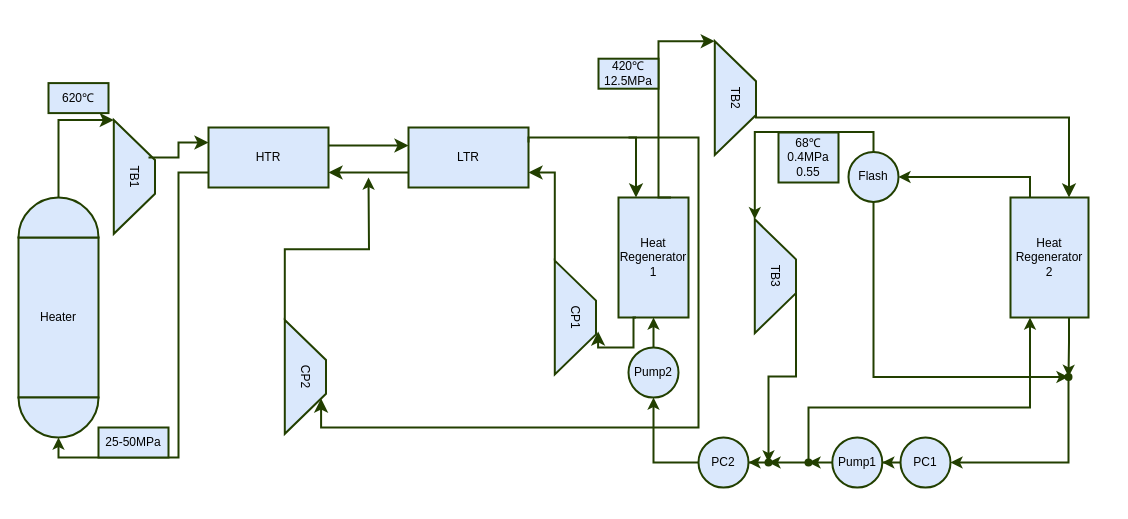
This is 热力线图.drawio from Arielwithoutoven/Odds, a draw.io file, before an edit. Source tidied: cells renumbered, new cells numbered last; positions are measured from the earlier drawing's top-left corner, leaving out a move shared by most shapes. Both pictures are drawn from the tidied source at 100%, with x=0, y=0 at pixel (18, 41).
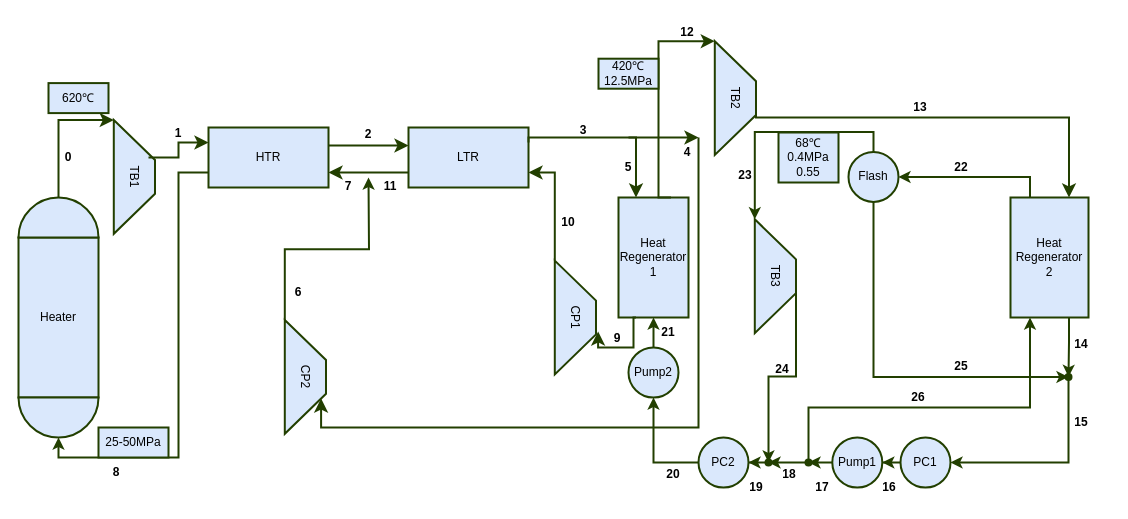
Above is the later version.

The change refers to these unchanged cells:
```xml
<mxCell id="2" value="CP2" style="shape=trapezoid;perimeter=trapezoidPerimeter;whiteSpace=wrap;html=1;fixedSize=1;rotation=90;size=40;fillColor=#dae8fc;strokeColor=#223F00;strokeWidth=2;" parent="1" vertex="1">
  <mxGeometry x="230" y="314.8" width="113.8" height="41.2" as="geometry" />
</mxCell>
```

What changed in the source:
```diff
@@
     <mxCell id="17" style="edgeStyle=segmentEdgeStyle;endArrow=classic;html=1;curved=0;rounded=0;endSize=8;startSize=8;entryX=0.75;entryY=0;entryDx=0;entryDy=0;fillColor=#dae8fc;strokeColor=#223F00;strokeWidth=2;" parent="1" edge="1" target="2">
       <mxGeometry relative="1" as="geometry">
-        <mxPoint x="610" y="96" as="sourcePoint" />
+        <mxPoint x="680" y="107.2" as="sourcePoint" />
         <Array as="points">
           <mxPoint x="680" y="96" />
           <mxPoint x="680" y="386" />
           <mxPoint x="303" y="386" />
         </Array>
       </mxGeometry>
     </mxCell>
@@
+    <mxCell id="51" value="0" style="text;strokeColor=none;align=center;fillColor=none;html=1;verticalAlign=middle;whiteSpace=wrap;rounded=0;fontStyle=1;" parent="1" vertex="1">
+      <mxGeometry x="20" y="101" width="60" height="30" as="geometry" />
+    </mxCell>
+    <mxCell id="52" value="1" style="text;strokeColor=none;align=center;fillColor=none;html=1;verticalAlign=middle;whiteSpace=wrap;rounded=0;fontStyle=1;" parent="1" vertex="1">
+      <mxGeometry x="130" y="77.2" width="60" height="30" as="geometry" />
+    </mxCell>
+    <mxCell id="53" value="2" style="text;strokeColor=none;align=center;fillColor=none;html=1;verticalAlign=middle;whiteSpace=wrap;rounded=0;fontStyle=1;" parent="1" vertex="1">
+      <mxGeometry x="320" y="77.6" width="60" height="30" as="geometry" />
+    </mxCell>
+    <mxCell id="54" value="3" style="text;strokeColor=none;align=center;fillColor=none;html=1;verticalAlign=middle;whiteSpace=wrap;rounded=0;fontStyle=1;" parent="1" vertex="1">
+      <mxGeometry x="535" y="74" width="60" height="30" as="geometry" />
+    </mxCell>
+    <mxCell id="55" style="edgeStyle=segmentEdgeStyle;endArrow=classic;html=1;curved=0;rounded=0;endSize=8;startSize=8;fillColor=#dae8fc;strokeColor=#223F00;strokeWidth=2;" parent="1" edge="1">
+      <mxGeometry relative="1" as="geometry">
+        <mxPoint x="610" y="96" as="sourcePoint" />
+        <mxPoint x="680" y="96" as="targetPoint" />
+      </mxGeometry>
+    </mxCell>
+    <mxCell id="56" value="5" style="text;strokeColor=none;align=center;fillColor=none;html=1;verticalAlign=middle;whiteSpace=wrap;rounded=0;fontStyle=1;" parent="1" vertex="1">
+      <mxGeometry x="580" y="111" width="60" height="30" as="geometry" />
+    </mxCell>
+    <mxCell id="57" value="6" style="text;strokeColor=none;align=center;fillColor=none;html=1;verticalAlign=middle;whiteSpace=wrap;rounded=0;fontStyle=1;" parent="1" vertex="1">
+      <mxGeometry x="250" y="236" width="60" height="30" as="geometry" />
+    </mxCell>
+    <mxCell id="58" value="7" style="text;strokeColor=none;align=center;fillColor=none;html=1;verticalAlign=middle;whiteSpace=wrap;rounded=0;fontStyle=1;" parent="1" vertex="1">
+      <mxGeometry x="300" y="130.4" width="60" height="30" as="geometry" />
+    </mxCell>
+    <mxCell id="59" value="8" style="text;strokeColor=none;align=center;fillColor=none;html=1;verticalAlign=middle;whiteSpace=wrap;rounded=0;fontStyle=1;" parent="1" vertex="1">
+      <mxGeometry x="67.9" y="416" width="60" height="30" as="geometry" />
+    </mxCell>
+    <mxCell id="60" value="4" style="text;strokeColor=none;align=center;fillColor=none;html=1;verticalAlign=middle;whiteSpace=wrap;rounded=0;fontStyle=1;" parent="1" vertex="1">
+      <mxGeometry x="639" y="97" width="60" height="28" as="geometry" />
+    </mxCell>
+    <mxCell id="61" value="9" style="text;strokeColor=none;align=center;fillColor=none;html=1;verticalAlign=middle;whiteSpace=wrap;rounded=0;fontStyle=1;" parent="1" vertex="1">
+      <mxGeometry x="569" y="282" width="60" height="30" as="geometry" />
+    </mxCell>
+    <mxCell id="62" value="10" style="text;strokeColor=none;align=center;fillColor=none;html=1;verticalAlign=middle;whiteSpace=wrap;rounded=0;fontStyle=1;" parent="1" vertex="1">
+      <mxGeometry x="520" y="166" width="60" height="30" as="geometry" />
+    </mxCell>
+    <mxCell id="63" value="11" style="text;strokeColor=none;align=center;fillColor=none;html=1;verticalAlign=middle;whiteSpace=wrap;rounded=0;fontStyle=1;" parent="1" vertex="1">
+      <mxGeometry x="342" y="130" width="60" height="30" as="geometry" />
+    </mxCell>
+    <mxCell id="64" value="12" style="text;strokeColor=none;align=center;fillColor=none;html=1;verticalAlign=middle;whiteSpace=wrap;rounded=0;fontStyle=1;" parent="1" vertex="1">
+      <mxGeometry x="639" y="-24" width="60" height="30" as="geometry" />
+    </mxCell>
+    <mxCell id="65" value="13" style="text;strokeColor=none;align=center;fillColor=none;html=1;verticalAlign=middle;whiteSpace=wrap;rounded=0;fontStyle=1;" parent="1" vertex="1">
+      <mxGeometry x="872" y="51.2" width="60" height="30" as="geometry" />
+    </mxCell>
+    <mxCell id="66" value="14" style="text;strokeColor=none;align=center;fillColor=none;html=1;verticalAlign=middle;whiteSpace=wrap;rounded=0;fontStyle=1;" parent="1" vertex="1">
+      <mxGeometry x="1033" y="287.8" width="60" height="30" as="geometry" />
+    </mxCell>
+    <mxCell id="67" value="15" style="text;strokeColor=none;align=center;fillColor=none;html=1;verticalAlign=middle;whiteSpace=wrap;rounded=0;fontStyle=1;" parent="1" vertex="1">
+      <mxGeometry x="1033" y="366" width="60" height="30" as="geometry" />
+    </mxCell>
+    <mxCell id="68" value="16" style="text;strokeColor=none;align=center;fillColor=none;html=1;verticalAlign=middle;whiteSpace=wrap;rounded=0;fontStyle=1;" parent="1" vertex="1">
+      <mxGeometry x="841" y="431" width="60" height="30" as="geometry" />
+    </mxCell>
+    <mxCell id="69" value="17" style="text;strokeColor=none;align=center;fillColor=none;html=1;verticalAlign=middle;whiteSpace=wrap;rounded=0;fontStyle=1;" parent="1" vertex="1">
+      <mxGeometry x="773.8" y="431" width="60" height="30" as="geometry" />
+    </mxCell>
+    <mxCell id="70" value="18" style="text;strokeColor=none;align=center;fillColor=none;html=1;verticalAlign=middle;whiteSpace=wrap;rounded=0;fontStyle=1;" parent="1" vertex="1">
+      <mxGeometry x="741" y="418" width="60" height="30" as="geometry" />
+    </mxCell>
+    <mxCell id="71" value="19" style="text;strokeColor=none;align=center;fillColor=none;html=1;verticalAlign=middle;whiteSpace=wrap;rounded=0;fontStyle=1;" parent="1" vertex="1">
+      <mxGeometry x="707.8" y="431" width="60" height="30" as="geometry" />
+    </mxCell>
+    <mxCell id="72" value="20" style="text;strokeColor=none;align=center;fillColor=none;html=1;verticalAlign=middle;whiteSpace=wrap;rounded=0;fontStyle=1;" parent="1" vertex="1">
+      <mxGeometry x="625" y="418" width="60" height="30" as="geometry" />
+    </mxCell>
+    <mxCell id="73" value="21" style="text;strokeColor=none;align=center;fillColor=none;html=1;verticalAlign=middle;whiteSpace=wrap;rounded=0;fontStyle=1;" parent="1" vertex="1">
+      <mxGeometry x="620" y="276" width="60" height="30" as="geometry" />
+    </mxCell>
+    <mxCell id="74" value="22" style="text;strokeColor=none;align=center;fillColor=none;html=1;verticalAlign=middle;whiteSpace=wrap;rounded=0;fontStyle=1;" parent="1" vertex="1">
+      <mxGeometry x="913" y="111.4" width="60" height="30" as="geometry" />
+    </mxCell>
+    <mxCell id="75" value="23" style="text;strokeColor=none;align=center;fillColor=none;html=1;verticalAlign=middle;whiteSpace=wrap;rounded=0;fontStyle=1;" parent="1" vertex="1">
+      <mxGeometry x="697" y="119.4" width="60" height="30" as="geometry" />
+    </mxCell>
+    <mxCell id="76" value="24" style="text;strokeColor=none;align=center;fillColor=none;html=1;verticalAlign=middle;whiteSpace=wrap;rounded=0;fontStyle=1;" parent="1" vertex="1">
+      <mxGeometry x="733.9" y="313.4" width="60" height="30" as="geometry" />
+    </mxCell>
+    <mxCell id="77" value="25" style="text;strokeColor=none;align=center;fillColor=none;html=1;verticalAlign=middle;whiteSpace=wrap;rounded=0;fontStyle=1;" parent="1" vertex="1">
+      <mxGeometry x="913" y="310.4" width="60" height="30" as="geometry" />
+    </mxCell>
+    <mxCell id="78" value="26" style="text;strokeColor=none;align=center;fillColor=none;html=1;verticalAlign=middle;whiteSpace=wrap;rounded=0;fontStyle=1;" parent="1" vertex="1">
+      <mxGeometry x="870" y="341" width="60" height="30" as="geometry" />
+    </mxCell>
```
